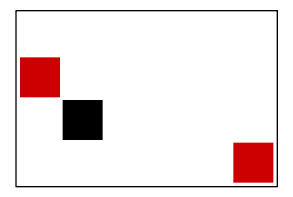
Earlier version of the Graphviz export Proyecto1/Imagen.png (Eduardo01004/EDD_2S2019_PY1_201612124). Its source is kept beside it as Proyecto1/Imagen.dot.
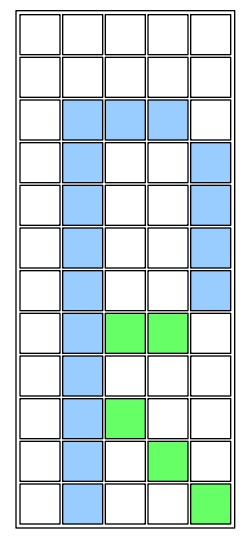
After the change.

What changed in the source:
```diff
@@ -1,37 +1,89 @@
 digraph  imagen {
  node [shape=plaintext];
-struct1 [label=< <TABLE >
+struct1 [label=< <TABLE border="1">
 <TR>
-<TD WIDTH="30" HEIGHT="30" BORDER="0" BGCOLOR=" #ffffff "></TD>
-<TD WIDTH="30" HEIGHT="30" BORDER="0" BGCOLOR=" #ffffff "></TD>
-<TD WIDTH="30" HEIGHT="30" BORDER="0" BGCOLOR=" #ffffff "></TD>
-<TD WIDTH="30" HEIGHT="30" BORDER="0" BGCOLOR=" #ffffff "></TD>
-<TD WIDTH="30" HEIGHT="30" BORDER="0" BGCOLOR=" #ffffff "></TD>
-<TD WIDTH="30" HEIGHT="30" BORDER="0" BGCOLOR=" #ffffff "></TD>
+<TD WIDTH="30" HEIGHT="30" BORDER="1" BGCOLOR=" #ffffff "></TD>
+<TD WIDTH="30" HEIGHT="30" BORDER="1" BGCOLOR=" #ffffff "></TD>
+<TD WIDTH="30" HEIGHT="30" BORDER="1" BGCOLOR=" #ffffff "></TD>
+<TD WIDTH="30" HEIGHT="30" BORDER="1" BGCOLOR=" #ffffff "></TD>
+<TD WIDTH="30" HEIGHT="30" BORDER="1" BGCOLOR=" #ffffff "></TD>
 </TR>
 <TR>
-<TD WIDTH="30" HEIGHT="30" BORDER="0" BGCOLOR=" #CC0000 "></TD>
-<TD WIDTH="30" HEIGHT="30" BORDER="0" BGCOLOR=" #ffffff "></TD>
-<TD WIDTH="30" HEIGHT="30" BORDER="0" BGCOLOR=" #ffffff "></TD>
-<TD WIDTH="30" HEIGHT="30" BORDER="0" BGCOLOR=" #ffffff "></TD>
-<TD WIDTH="30" HEIGHT="30" BORDER="0" BGCOLOR=" #ffffff "></TD>
-<TD WIDTH="30" HEIGHT="30" BORDER="0" BGCOLOR=" #ffffff "></TD>
+<TD WIDTH="30" HEIGHT="30" BORDER="1" BGCOLOR=" #ffffff "></TD>
+<TD WIDTH="30" HEIGHT="30" BORDER="1" BGCOLOR=" #ffffff "></TD>
+<TD WIDTH="30" HEIGHT="30" BORDER="1" BGCOLOR=" #ffffff "></TD>
+<TD WIDTH="30" HEIGHT="30" BORDER="1" BGCOLOR=" #ffffff "></TD>
+<TD WIDTH="30" HEIGHT="30" BORDER="1" BGCOLOR=" #ffffff "></TD>
 </TR>
 <TR>
-<TD WIDTH="30" HEIGHT="30" BORDER="0" BGCOLOR=" #ffffff "></TD>
-<TD WIDTH="30" HEIGHT="30" BORDER="0" BGCOLOR=" #000000 "></TD>
-<TD WIDTH="30" HEIGHT="30" BORDER="0" BGCOLOR=" #ffffff "></TD>
-<TD WIDTH="30" HEIGHT="30" BORDER="0" BGCOLOR=" #ffffff "></TD>
-<TD WIDTH="30" HEIGHT="30" BORDER="0" BGCOLOR=" #ffffff "></TD>
-<TD WIDTH="30" HEIGHT="30" BORDER="0" BGCOLOR=" #ffffff "></TD>
+<TD WIDTH="30" HEIGHT="30" BORDER="1" BGCOLOR=" #ffffff "></TD>
+<TD WIDTH="30" HEIGHT="30" BORDER="1" BGCOLOR=" #99CCFF "></TD>
+<TD WIDTH="30" HEIGHT="30" BORDER="1" BGCOLOR=" #99CCFF "></TD>
+<TD WIDTH="30" HEIGHT="30" BORDER="1" BGCOLOR=" #99CCFF "></TD>
+<TD WIDTH="30" HEIGHT="30" BORDER="1" BGCOLOR=" #ffffff "></TD>
 </TR>
 <TR>
-<TD WIDTH="30" HEIGHT="30" BORDER="0" BGCOLOR=" #ffffff "></TD>
-<TD WIDTH="30" HEIGHT="30" BORDER="0" BGCOLOR=" #ffffff "></TD>
-<TD WIDTH="30" HEIGHT="30" BORDER="0" BGCOLOR=" #ffffff "></TD>
-<TD WIDTH="30" HEIGHT="30" BORDER="0" BGCOLOR=" #ffffff "></TD>
-<TD WIDTH="30" HEIGHT="30" BORDER="0" BGCOLOR=" #ffffff "></TD>
-<TD WIDTH="30" HEIGHT="30" BORDER="0" BGCOLOR=" #CC0000 "></TD>
+<TD WIDTH="30" HEIGHT="30" BORDER="1" BGCOLOR=" #ffffff "></TD>
+<TD WIDTH="30" HEIGHT="30" BORDER="1" BGCOLOR=" #99CCFF "></TD>
+<TD WIDTH="30" HEIGHT="30" BORDER="1" BGCOLOR=" #ffffff "></TD>
+<TD WIDTH="30" HEIGHT="30" BORDER="1" BGCOLOR=" #ffffff "></TD>
+<TD WIDTH="30" HEIGHT="30" BORDER="1" BGCOLOR=" #99CCFF "></TD>
+</TR>
+<TR>
+<TD WIDTH="30" HEIGHT="30" BORDER="1" BGCOLOR=" #ffffff "></TD>
+<TD WIDTH="30" HEIGHT="30" BORDER="1" BGCOLOR=" #99CCFF "></TD>
+<TD WIDTH="30" HEIGHT="30" BORDER="1" BGCOLOR=" #ffffff "></TD>
+<TD WIDTH="30" HEIGHT="30" BORDER="1" BGCOLOR=" #ffffff "></TD>
+<TD WIDTH="30" HEIGHT="30" BORDER="1" BGCOLOR=" #99CCFF "></TD>
+</TR>
+<TR>
+<TD WIDTH="30" HEIGHT="30" BORDER="1" BGCOLOR=" #ffffff "></TD>
+<TD WIDTH="30" HEIGHT="30" BORDER="1" BGCOLOR=" #99CCFF "></TD>
+<TD WIDTH="30" HEIGHT="30" BORDER="1" BGCOLOR=" #ffffff "></TD>
+<TD WIDTH="30" HEIGHT="30" BORDER="1" BGCOLOR=" #ffffff "></TD>
+<TD WIDTH="30" HEIGHT="30" BORDER="1" BGCOLOR=" #99CCFF "></TD>
+</TR>
+<TR>
+<TD WIDTH="30" HEIGHT="30" BORDER="1" BGCOLOR=" #ffffff "></TD>
+<TD WIDTH="30" HEIGHT="30" BORDER="1" BGCOLOR=" #99CCFF "></TD>
+<TD WIDTH="30" HEIGHT="30" BORDER="1" BGCOLOR=" #ffffff "></TD>
+<TD WIDTH="30" HEIGHT="30" BORDER="1" BGCOLOR=" #ffffff "></TD>
+<TD WIDTH="30" HEIGHT="30" BORDER="1" BGCOLOR=" #99CCFF "></TD>
+</TR>
+<TR>
+<TD WIDTH="30" HEIGHT="30" BORDER="1" BGCOLOR=" #ffffff "></TD>
+<TD WIDTH="30" HEIGHT="30" BORDER="1" BGCOLOR=" #99CCFF "></TD>
+<TD WIDTH="30" HEIGHT="30" BORDER="1" BGCOLOR=" #66FF66 "></TD>
+<TD WIDTH="30" HEIGHT="30" BORDER="1" BGCOLOR=" #66FF66 "></TD>
+<TD WIDTH="30" HEIGHT="30" BORDER="1" BGCOLOR=" #ffffff "></TD>
+</TR>
+<TR>
+<TD WIDTH="30" HEIGHT="30" BORDER="1" BGCOLOR=" #ffffff "></TD>
+<TD WIDTH="30" HEIGHT="30" BORDER="1" BGCOLOR=" #99CCFF "></TD>
+<TD WIDTH="30" HEIGHT="30" BORDER="1" BGCOLOR=" #ffffff "></TD>
+<TD WIDTH="30" HEIGHT="30" BORDER="1" BGCOLOR=" #ffffff "></TD>
+<TD WIDTH="30" HEIGHT="30" BORDER="1" BGCOLOR=" #ffffff "></TD>
+</TR>
+<TR>
+<TD WIDTH="30" HEIGHT="30" BORDER="1" BGCOLOR=" #ffffff "></TD>
+<TD WIDTH="30" HEIGHT="30" BORDER="1" BGCOLOR=" #99CCFF "></TD>
+<TD WIDTH="30" HEIGHT="30" BORDER="1" BGCOLOR=" #66FF66 "></TD>
+<TD WIDTH="30" HEIGHT="30" BORDER="1" BGCOLOR=" #ffffff "></TD>
+<TD WIDTH="30" HEIGHT="30" BORDER="1" BGCOLOR=" #ffffff "></TD>
+</TR>
+<TR>
+<TD WIDTH="30" HEIGHT="30" BORDER="1" BGCOLOR=" #ffffff "></TD>
+<TD WIDTH="30" HEIGHT="30" BORDER="1" BGCOLOR=" #99CCFF "></TD>
+<TD WIDTH="30" HEIGHT="30" BORDER="1" BGCOLOR=" #ffffff "></TD>
+<TD WIDTH="30" HEIGHT="30" BORDER="1" BGCOLOR=" #66FF66 "></TD>
+<TD WIDTH="30" HEIGHT="30" BORDER="1" BGCOLOR=" #ffffff "></TD>
+</TR>
+<TR>
+<TD WIDTH="30" HEIGHT="30" BORDER="1" BGCOLOR=" #ffffff "></TD>
+<TD WIDTH="30" HEIGHT="30" BORDER="1" BGCOLOR=" #99CCFF "></TD>
+<TD WIDTH="30" HEIGHT="30" BORDER="1" BGCOLOR=" #ffffff "></TD>
+<TD WIDTH="30" HEIGHT="30" BORDER="1" BGCOLOR=" #ffffff "></TD>
+<TD WIDTH="30" HEIGHT="30" BORDER="1" BGCOLOR=" #66FF66 "></TD>
 </TR>
 </TABLE>>];
 }
```
